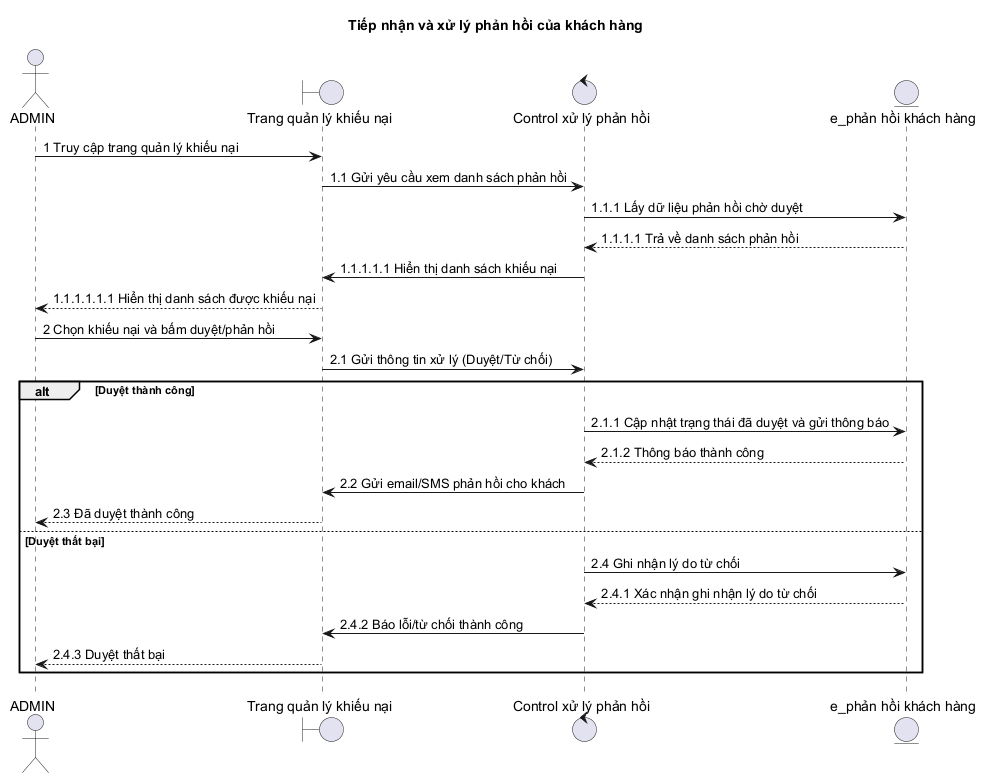
The PlantUML diagram docs/diagrams/admin/sequence/images/01-feedback-handling.png in duygri/do-an-htttdn-crm, before a commit.
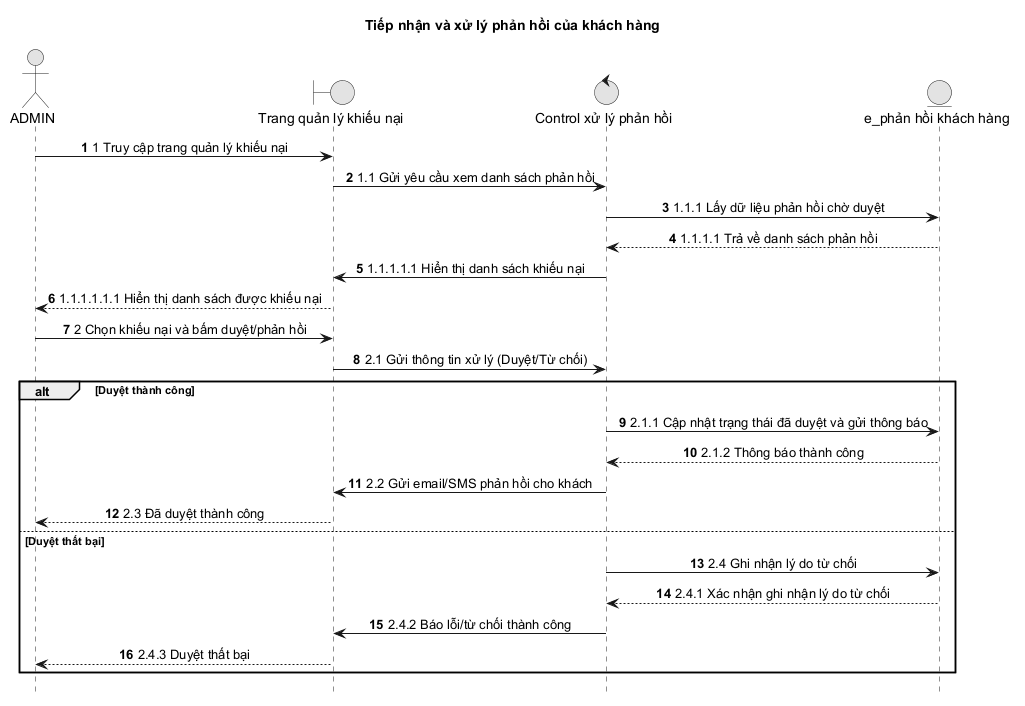
After the commit.

Change to the diagram source:
```diff
@@ -1,6 +1,11 @@
 @startuml
 title Tiếp nhận và xử lý phản hồi của khách hàng
 
+autonumber
+hide footbox
+skinparam monochrome true
+skinparam sequenceMessageAlign center
+skinparam responseMessageBelowArrow true
 actor ADMIN as Admin
 boundary "Trang quản lý khiếu nại" as Boundary
 control "Control xử lý phản hồi" as Control
```
